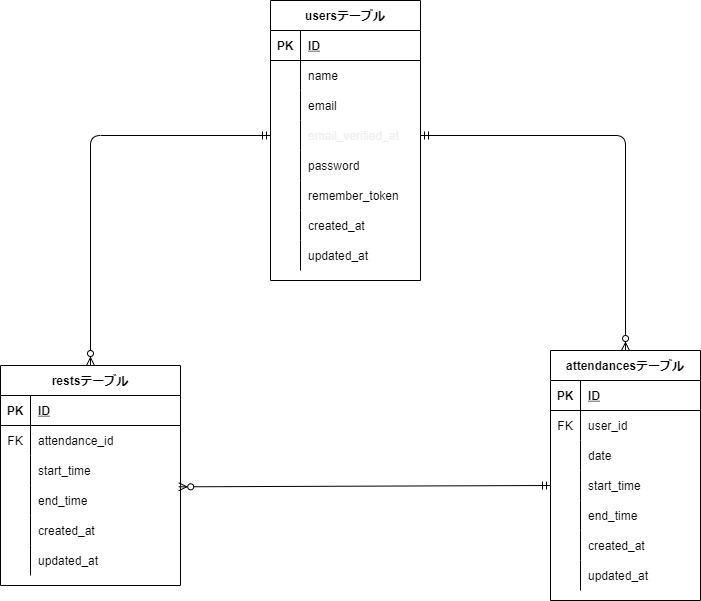
The draw.io diagram ER-.drawio.png in k-h97/advanced-term, before a commit. Source tidied: cells renumbered, new cells last; positions are measured from the earlier drawing's top-left corner, leaving out a move shared by most shapes.
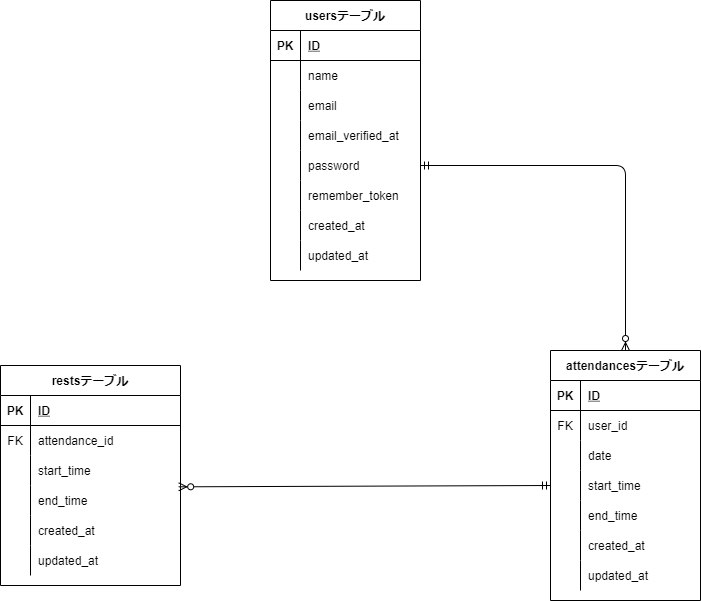
The same file after the commit.

What changed in the source:
```diff
@@ -38,7 +38,7 @@
     <mxCell id="13" style="shape=partialRectangle;fillColor=none;top=0;left=0;bottom=0;right=0;overflow=hidden;" parent="12" vertex="1">
       <mxGeometry width="30" height="30" as="geometry" />
     </mxCell>
-    <mxCell id="14" value="email_verified_at" style="shape=partialRectangle;fillColor=none;top=0;left=0;bottom=0;right=0;align=left;spacingLeft=6;overflow=hidden;fontColor=#F0F0F0;" parent="12" vertex="1">
+    <mxCell id="14" value="email_verified_at" style="shape=partialRectangle;fillColor=none;top=0;left=0;bottom=0;right=0;align=left;spacingLeft=6;overflow=hidden;fontColor=default;" parent="12" vertex="1">
       <mxGeometry x="30" width="120" height="30" as="geometry" />
     </mxCell>
     <mxCell id="15" style="shape=partialRectangle;fillColor=none;top=0;left=0;bottom=0;right=0;points=[[0,0.5],[1,0.5]];portConstraint=eastwest;" parent="2" vertex="1">
@@ -200,14 +200,11 @@
     <mxCell id="67" value="updated_at" style="shape=partialRectangle;fillColor=none;top=0;left=0;bottom=0;right=0;align=left;spacingLeft=6;overflow=hidden;" parent="65" vertex="1">
       <mxGeometry x="30" width="150" height="30" as="geometry" />
     </mxCell>
-    <mxCell id="68" style="fontSize=12;html=1;endArrow=ERzeroToMany;startArrow=ERmandOne;edgeStyle=orthogonalEdgeStyle;entryX=0.5;entryY=0;entryDx=0;entryDy=0;exitX=1;exitY=0.5;exitDx=0;exitDy=0;" parent="1" edge="1" source="12" target="27">
+    <mxCell id="68" style="fontSize=12;html=1;endArrow=ERzeroToMany;startArrow=ERmandOne;edgeStyle=orthogonalEdgeStyle;entryX=0.5;entryY=0;entryDx=0;entryDy=0;exitX=1;exitY=0.5;exitDx=0;exitDy=0;" parent="1" edge="1" source="15" target="27">
       <mxGeometry relative="1" as="geometry" />
     </mxCell>
     <mxCell id="69" style="fontSize=12;html=1;endArrow=ERzeroToMany;startArrow=ERmandOne;fontColor=#F0F0F0;entryX=0.99;entryY=0.044;entryDx=0;entryDy=0;exitX=0;exitY=0.5;exitDx=0;exitDy=0;entryPerimeter=0;" parent="1" edge="1" source="37" target="59">
       <mxGeometry relative="1" as="geometry" />
     </mxCell>
-    <mxCell id="70" style="edgeStyle=orthogonalEdgeStyle;fontSize=12;html=1;endArrow=ERzeroToMany;startArrow=ERmandOne;fontColor=#F0F0F0;exitX=0;exitY=0.5;exitDx=0;exitDy=0;entryX=0.5;entryY=0;entryDx=0;entryDy=0;" parent="1" edge="1" source="12" target="49">
-      <mxGeometry relative="1" as="geometry" />
-    </mxCell>
   </root>
 </mxGraphModel>
```
